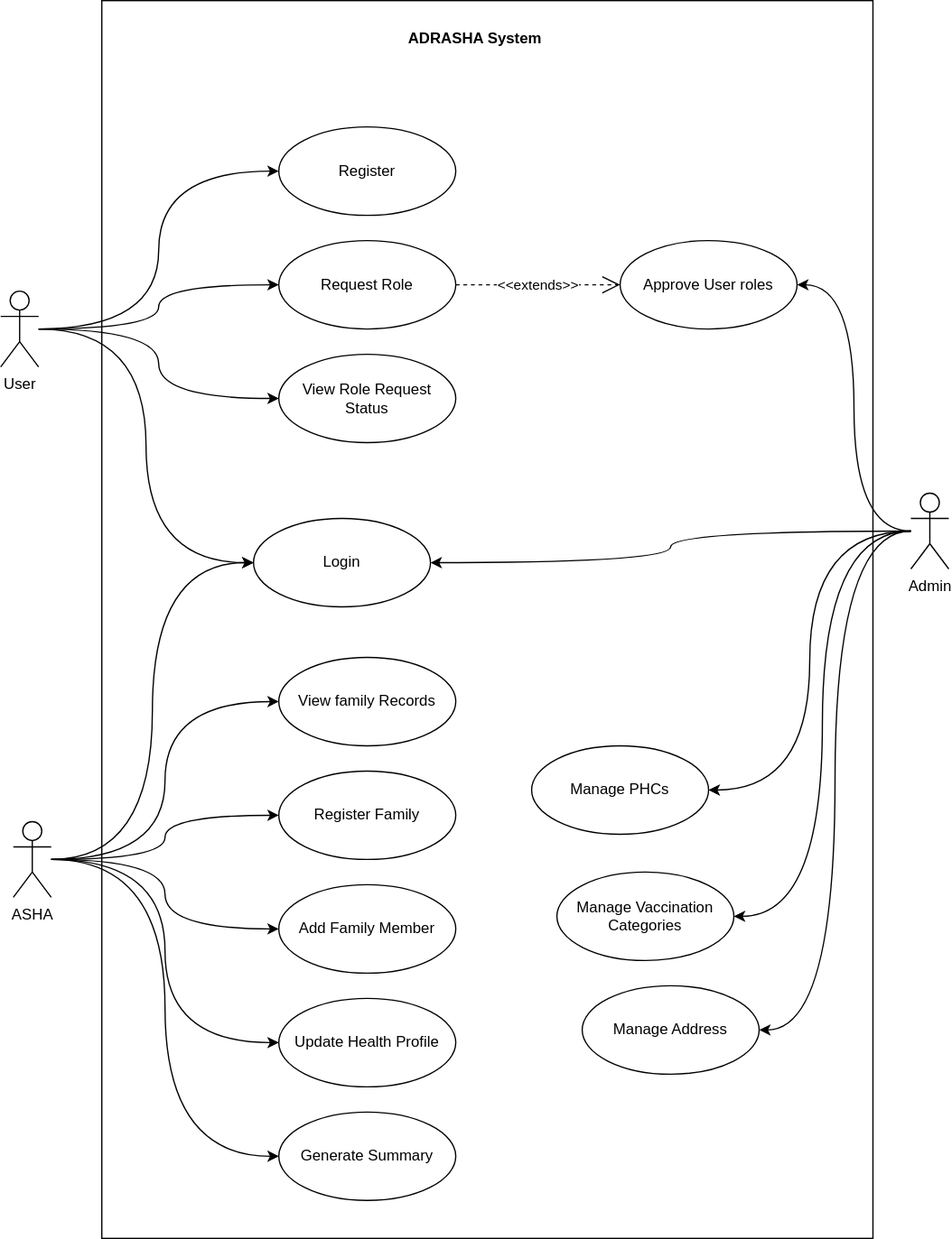
Above: Docs/DrawIO Diagrams/Adrasha_UseCase.drawio.svg in kiran-ghorpade/adrasha-system (draw.io), before the change. Source tidied: cells renumbered, new cells last; positions are measured from the earlier drawing's top-left corner, leaving out a move shared by most shapes. Source of this version:
```xml
<mxGraphModel>
  <root>
    <mxCell id="0" />
    <mxCell id="1" parent="0" />
    <mxCell id="2" style="group;" parent="1" vertex="1">
      <mxGeometry width="750" height="980" as="geometry" />
    </mxCell>
    <mxCell id="3" style="rounded=0;whiteSpace=wrap;html=1;" parent="2" vertex="1">
      <mxGeometry x="80" width="610" height="980" as="geometry" />
    </mxCell>
    <mxCell id="4" style="edgeStyle=orthogonalEdgeStyle;rounded=0;jettySize=auto;html=1;entryX=0;entryY=0.5;entryDx=0;entryDy=0;curved=1;" parent="2" edge="1" source="8" target="9">
      <mxGeometry relative="1" as="geometry" />
    </mxCell>
    <mxCell id="5" style="edgeStyle=orthogonalEdgeStyle;rounded=0;jettySize=auto;html=1;curved=1;" parent="2" edge="1" source="8" target="10">
      <mxGeometry relative="1" as="geometry" />
    </mxCell>
    <mxCell id="6" style="edgeStyle=orthogonalEdgeStyle;rounded=0;jettySize=auto;html=1;entryX=0;entryY=0.5;entryDx=0;entryDy=0;curved=1;" parent="2" edge="1" source="8" target="11">
      <mxGeometry relative="1" as="geometry" />
    </mxCell>
    <mxCell id="7" style="edgeStyle=orthogonalEdgeStyle;rounded=0;jettySize=auto;html=1;entryX=0;entryY=0.5;entryDx=0;entryDy=0;curved=1;" parent="2" edge="1" source="8" target="12">
      <mxGeometry relative="1" as="geometry" />
    </mxCell>
    <mxCell id="8" value="User" style="shape=umlActor;verticalLabelPosition=bottom;verticalAlign=top;html=1;" parent="2" vertex="1">
      <mxGeometry y="230" width="30" height="60" as="geometry" />
    </mxCell>
    <mxCell id="9" value="Register" style="ellipse;whiteSpace=wrap;html=1;" parent="2" vertex="1">
      <mxGeometry x="220" y="100" width="140" height="70" as="geometry" />
    </mxCell>
    <mxCell id="10" value="Request Role" style="ellipse;whiteSpace=wrap;html=1;" parent="2" vertex="1">
      <mxGeometry x="220" y="190" width="140" height="70" as="geometry" />
    </mxCell>
    <mxCell id="11" value="View Role Request Status" style="ellipse;whiteSpace=wrap;html=1;" parent="2" vertex="1">
      <mxGeometry x="220" y="280" width="140" height="70" as="geometry" />
    </mxCell>
    <mxCell id="12" value="Login" style="ellipse;whiteSpace=wrap;html=1;" parent="2" vertex="1">
      <mxGeometry x="200" y="410" width="140" height="70" as="geometry" />
    </mxCell>
    <mxCell id="13" value="Approve User roles" style="ellipse;whiteSpace=wrap;html=1;" parent="2" vertex="1">
      <mxGeometry x="490" y="190" width="140" height="70" as="geometry" />
    </mxCell>
    <mxCell id="14" value="Manage Address" style="ellipse;whiteSpace=wrap;html=1;" parent="2" vertex="1">
      <mxGeometry x="460" y="780" width="140" height="70" as="geometry" />
    </mxCell>
    <mxCell id="15" value="Manage PHCs" style="ellipse;whiteSpace=wrap;html=1;" parent="2" vertex="1">
      <mxGeometry x="420" y="590" width="140" height="70" as="geometry" />
    </mxCell>
    <mxCell id="16" value="Manage Vaccination Categories" style="ellipse;whiteSpace=wrap;html=1;" parent="2" vertex="1">
      <mxGeometry x="440" y="690" width="140" height="70" as="geometry" />
    </mxCell>
    <mxCell id="17" style="edgeStyle=orthogonalEdgeStyle;rounded=0;jettySize=auto;html=1;entryX=1;entryY=0.5;entryDx=0;entryDy=0;curved=1;" parent="2" edge="1" source="22" target="12">
      <mxGeometry relative="1" as="geometry" />
    </mxCell>
    <mxCell id="18" style="edgeStyle=orthogonalEdgeStyle;rounded=0;jettySize=auto;html=1;entryX=1;entryY=0.5;entryDx=0;entryDy=0;curved=1;" parent="2" edge="1" source="22" target="13">
      <mxGeometry relative="1" as="geometry" />
    </mxCell>
    <mxCell id="19" style="edgeStyle=orthogonalEdgeStyle;rounded=0;jettySize=auto;html=1;entryX=1;entryY=0.5;entryDx=0;entryDy=0;curved=1;" parent="2" edge="1" source="22" target="15">
      <mxGeometry relative="1" as="geometry" />
    </mxCell>
    <mxCell id="20" style="edgeStyle=orthogonalEdgeStyle;rounded=0;jettySize=auto;html=1;entryX=1;entryY=0.5;entryDx=0;entryDy=0;curved=1;" parent="2" edge="1" source="22" target="16">
      <mxGeometry relative="1" as="geometry" />
    </mxCell>
    <mxCell id="21" style="edgeStyle=orthogonalEdgeStyle;rounded=0;jettySize=auto;html=1;entryX=1;entryY=0.5;entryDx=0;entryDy=0;curved=1;" parent="2" edge="1" source="22" target="14">
      <mxGeometry relative="1" as="geometry" />
    </mxCell>
    <mxCell id="22" value="Admin" style="shape=umlActor;verticalLabelPosition=bottom;verticalAlign=top;html=1;" parent="2" vertex="1">
      <mxGeometry x="720" y="390" width="30" height="60" as="geometry" />
    </mxCell>
    <mxCell id="23" style="edgeStyle=orthogonalEdgeStyle;rounded=0;jettySize=auto;html=1;curved=1;entryX=0;entryY=0.5;entryDx=0;entryDy=0;" parent="2" edge="1" source="29" target="33">
      <mxGeometry relative="1" as="geometry" />
    </mxCell>
    <mxCell id="24" style="edgeStyle=orthogonalEdgeStyle;rounded=0;jettySize=auto;html=1;curved=1;entryX=0;entryY=0.5;entryDx=0;entryDy=0;" parent="2" edge="1" source="29" target="30">
      <mxGeometry relative="1" as="geometry" />
    </mxCell>
    <mxCell id="25" style="edgeStyle=orthogonalEdgeStyle;rounded=0;jettySize=auto;html=1;entryX=0;entryY=0.5;entryDx=0;entryDy=0;curved=1;" parent="2" edge="1" source="29" target="31">
      <mxGeometry relative="1" as="geometry" />
    </mxCell>
    <mxCell id="26" style="edgeStyle=orthogonalEdgeStyle;rounded=0;jettySize=auto;html=1;entryX=0;entryY=0.5;entryDx=0;entryDy=0;curved=1;" parent="2" edge="1" source="29" target="32">
      <mxGeometry relative="1" as="geometry" />
    </mxCell>
    <mxCell id="27" style="edgeStyle=orthogonalEdgeStyle;rounded=0;jettySize=auto;html=1;entryX=0;entryY=0.5;entryDx=0;entryDy=0;curved=1;" parent="2" edge="1" source="29" target="34">
      <mxGeometry relative="1" as="geometry" />
    </mxCell>
    <mxCell id="28" style="edgeStyle=orthogonalEdgeStyle;rounded=0;jettySize=auto;html=1;entryX=0;entryY=0.5;entryDx=0;entryDy=0;curved=1;" parent="2" edge="1" source="29" target="12">
      <mxGeometry relative="1" as="geometry" />
    </mxCell>
    <mxCell id="29" value="ASHA" style="shape=umlActor;verticalLabelPosition=bottom;verticalAlign=top;html=1;" parent="2" vertex="1">
      <mxGeometry x="10" y="650" width="30" height="60" as="geometry" />
    </mxCell>
    <mxCell id="30" value="Register Family" style="ellipse;whiteSpace=wrap;html=1;" parent="2" vertex="1">
      <mxGeometry x="220" y="610" width="140" height="70" as="geometry" />
    </mxCell>
    <mxCell id="31" value="Add Family Member" style="ellipse;whiteSpace=wrap;html=1;" parent="2" vertex="1">
      <mxGeometry x="220" y="700" width="140" height="70" as="geometry" />
    </mxCell>
    <mxCell id="32" value="Update Health Profile" style="ellipse;whiteSpace=wrap;html=1;" parent="2" vertex="1">
      <mxGeometry x="220" y="790" width="140" height="70" as="geometry" />
    </mxCell>
    <mxCell id="33" value="View family Records" style="ellipse;whiteSpace=wrap;html=1;" parent="2" vertex="1">
      <mxGeometry x="220" y="520" width="140" height="70" as="geometry" />
    </mxCell>
    <mxCell id="34" value="Generate Summary" style="ellipse;whiteSpace=wrap;html=1;" parent="2" vertex="1">
      <mxGeometry x="220" y="880" width="140" height="70" as="geometry" />
    </mxCell>
    <mxCell id="35" value="&amp;lt;&amp;lt;extends&amp;gt;&amp;gt;" style="endArrow=open;endSize=12;dashed=1;html=1;rounded=0;exitX=1;exitY=0.5;exitDx=0;exitDy=0;entryX=0;entryY=0.5;entryDx=0;entryDy=0;" parent="2" edge="1" source="10" target="13">
      <mxGeometry relative="1" as="geometry" />
    </mxCell>
    <mxCell id="36" value="ADRASHA System" style="text;align=center;fontStyle=1;verticalAlign=middle;spacingLeft=3;spacingRight=3;strokeColor=none;html=1;" parent="2" vertex="1">
      <mxGeometry x="310" y="20" width="130" height="20" as="geometry" />
    </mxCell>
  </root>
</mxGraphModel>
```
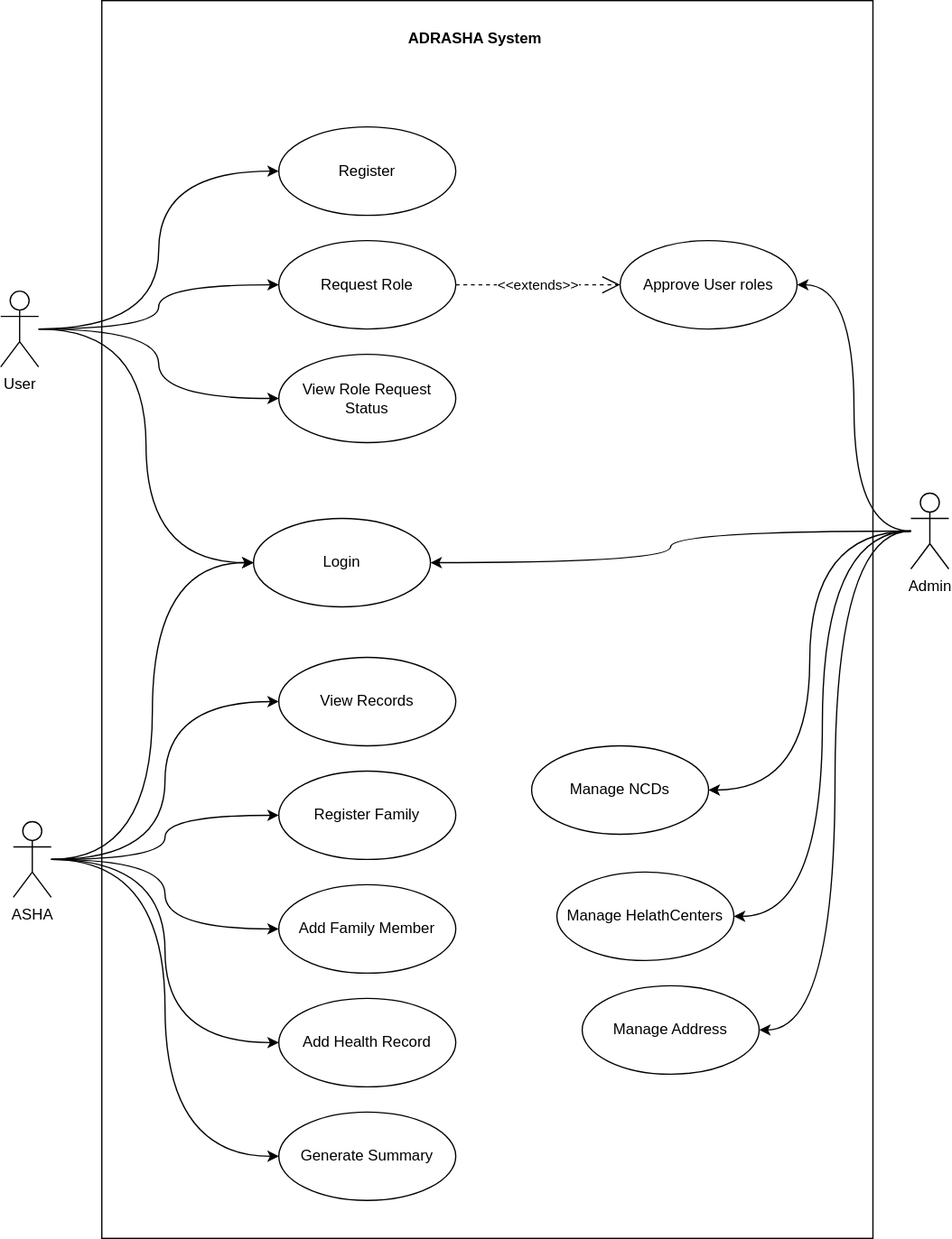
The same file after the commit.

Diff of the diagram source:
```diff
@@ -41,10 +41,10 @@
     <mxCell id="14" value="Manage Address" style="ellipse;whiteSpace=wrap;html=1;" parent="2" vertex="1">
       <mxGeometry x="460" y="780" width="140" height="70" as="geometry" />
     </mxCell>
-    <mxCell id="15" value="Manage PHCs" style="ellipse;whiteSpace=wrap;html=1;" parent="2" vertex="1">
+    <mxCell id="15" value="Manage NCDs" style="ellipse;whiteSpace=wrap;html=1;" parent="2" vertex="1">
       <mxGeometry x="420" y="590" width="140" height="70" as="geometry" />
     </mxCell>
-    <mxCell id="16" value="Manage Vaccination Categories" style="ellipse;whiteSpace=wrap;html=1;" parent="2" vertex="1">
+    <mxCell id="16" value="Manage HelathCenters" style="ellipse;whiteSpace=wrap;html=1;" parent="2" vertex="1">
       <mxGeometry x="440" y="690" width="140" height="70" as="geometry" />
     </mxCell>
     <mxCell id="17" style="edgeStyle=orthogonalEdgeStyle;rounded=0;jettySize=auto;html=1;entryX=1;entryY=0.5;entryDx=0;entryDy=0;curved=1;" parent="2" edge="1" source="22" target="12">
@@ -92,10 +92,10 @@
     <mxCell id="31" value="Add Family Member" style="ellipse;whiteSpace=wrap;html=1;" parent="2" vertex="1">
       <mxGeometry x="220" y="700" width="140" height="70" as="geometry" />
     </mxCell>
-    <mxCell id="32" value="Update Health Profile" style="ellipse;whiteSpace=wrap;html=1;" parent="2" vertex="1">
+    <mxCell id="32" value="Add Health Record" style="ellipse;whiteSpace=wrap;html=1;" parent="2" vertex="1">
       <mxGeometry x="220" y="790" width="140" height="70" as="geometry" />
     </mxCell>
-    <mxCell id="33" value="View family Records" style="ellipse;whiteSpace=wrap;html=1;" parent="2" vertex="1">
+    <mxCell id="33" value="View Records" style="ellipse;whiteSpace=wrap;html=1;" parent="2" vertex="1">
       <mxGeometry x="220" y="520" width="140" height="70" as="geometry" />
     </mxCell>
     <mxCell id="34" value="Generate Summary" style="ellipse;whiteSpace=wrap;html=1;" parent="2" vertex="1">
```
